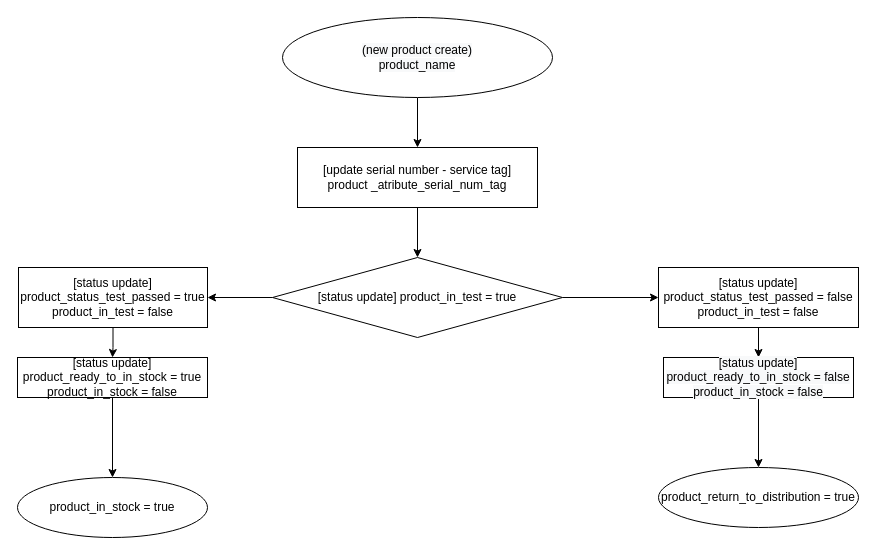
This is kiểm tra sản phẩm nhập trước khi nhập kho bán hàng.drawio from Norris1qn/sieutoc_import_product_exam, a draw.io file, before an edit. Source tidied: cells renumbered, new cells numbered last; positions are measured from the earlier drawing's top-left corner, leaving out a move shared by most shapes. Both pictures are drawn from the tidied source at 100%, with x=0, y=0 at pixel (17, 17).
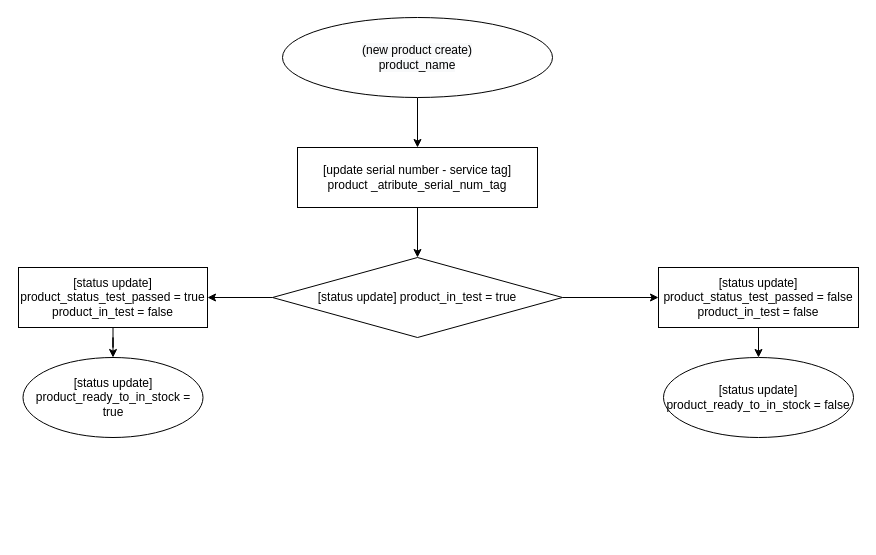
The same diagram, later.

Change to the diagram source:
```diff
@@
 <mxGraphModel>
   <root>
     <mxCell id="0" />
     <mxCell id="1" parent="0" />
     <mxCell id="2" style="edgeStyle=orthogonalEdgeStyle;rounded=0;jettySize=auto;html=1;" parent="1" edge="1" source="3" target="6">
       <mxGeometry relative="1" as="geometry" />
     </mxCell>
     <mxCell id="3" value="[update serial number - service tag]&lt;br&gt;product _atribute_serial_num_tag" style="rounded=0;whiteSpace=wrap;html=1;" parent="1" vertex="1">
       <mxGeometry x="280" y="130" width="240" height="60" as="geometry" />
     </mxCell>
     <mxCell id="4" style="edgeStyle=orthogonalEdgeStyle;rounded=0;jettySize=auto;html=1;" parent="1" edge="1" source="6" target="8">
       <mxGeometry relative="1" as="geometry" />
     </mxCell>
     <mxCell id="5" style="edgeStyle=orthogonalEdgeStyle;rounded=0;jettySize=auto;html=1;" parent="1" edge="1" source="6" target="14">
       <mxGeometry relative="1" as="geometry" />
     </mxCell>
     <mxCell id="6" value="[status update] product_in_test = true" style="rhombus;whiteSpace=wrap;html=1;" parent="1" vertex="1">
       <mxGeometry x="255" y="240" width="290" height="80" as="geometry" />
     </mxCell>
-    <mxCell id="7" style="edgeStyle=orthogonalEdgeStyle;rounded=0;jettySize=auto;html=1;" parent="1" edge="1" source="8" target="10">
-      <mxGeometry relative="1" as="geometry" />
-    </mxCell>
+    <mxCell id="19" style="edgeStyle=orthogonalEdgeStyle;rounded=0;jettySize=auto;html=1;" parent="1" edge="1" source="8" target="22">
+      <mxGeometry relative="1" as="geometry" />
+    </mxCell>
     <mxCell id="8" value="[status update] product_status_test_passed = true&lt;br&gt;product_in_test = false" style="rounded=0;whiteSpace=wrap;html=1;" parent="1" vertex="1">
       <mxGeometry x="1" y="250" width="189" height="60" as="geometry" />
     </mxCell>
-    <mxCell id="9" style="edgeStyle=orthogonalEdgeStyle;rounded=0;jettySize=auto;html=1;" parent="1" edge="1" source="10" target="17">
-      <mxGeometry relative="1" as="geometry" />
-    </mxCell>
-    <mxCell id="10" value="[status update]&lt;br&gt;product_ready_to_in_stock = true&lt;br&gt;product_in_stock = false" style="rounded=0;whiteSpace=wrap;html=1;" parent="1" vertex="1">
-      <mxGeometry y="340" width="190" height="40" as="geometry" />
-    </mxCell>
     <mxCell id="11" style="edgeStyle=orthogonalEdgeStyle;rounded=0;jettySize=auto;html=1;" parent="1" edge="1" source="12" target="3">
       <mxGeometry relative="1" as="geometry" />
     </mxCell>
     <mxCell id="12" value="&lt;span style=&quot;color: rgb(0, 0, 0); font-family: Helvetica; font-size: 12px; font-style: normal; font-variant-ligatures: normal; font-variant-caps: normal; font-weight: 400; letter-spacing: normal; orphans: 2; text-align: center; text-indent: 0px; text-transform: none; widows: 2; word-spacing: 0px; -webkit-text-stroke-width: 0px; background-color: rgb(248, 249, 250); text-decoration-thickness: initial; text-decoration-style: initial; text-decoration-color: initial; float: none; display: inline !important;&quot;&gt;(new product create)&lt;/span&gt;&lt;br style=&quot;color: rgb(0, 0, 0); font-family: Helvetica; font-size: 12px; font-style: normal; font-variant-ligatures: normal; font-variant-caps: normal; font-weight: 400; letter-spacing: normal; orphans: 2; text-align: center; text-indent: 0px; text-transform: none; widows: 2; word-spacing: 0px; -webkit-text-stroke-width: 0px; background-color: rgb(248, 249, 250); text-decoration-thickness: initial; text-decoration-style: initial; text-decoration-color: initial;&quot;&gt;&lt;span style=&quot;color: rgb(0, 0, 0); font-family: Helvetica; font-size: 12px; font-style: normal; font-variant-ligatures: normal; font-variant-caps: normal; font-weight: 400; letter-spacing: normal; orphans: 2; text-align: center; text-indent: 0px; text-transform: none; widows: 2; word-spacing: 0px; -webkit-text-stroke-width: 0px; background-color: rgb(248, 249, 250); text-decoration-thickness: initial; text-decoration-style: initial; text-decoration-color: initial; float: none; display: inline !important;&quot;&gt;product_name&lt;/span&gt;" style="ellipse;whiteSpace=wrap;html=1;rounded=0;" parent="1" vertex="1">
       <mxGeometry x="265" width="270" height="80" as="geometry" />
     </mxCell>
-    <mxCell id="13" style="edgeStyle=orthogonalEdgeStyle;rounded=0;jettySize=auto;html=1;" parent="1" edge="1" source="14" target="16">
-      <mxGeometry relative="1" as="geometry" />
-    </mxCell>
+    <mxCell id="20" style="edgeStyle=orthogonalEdgeStyle;rounded=0;jettySize=auto;html=1;" parent="1" edge="1" source="14" target="21">
+      <mxGeometry relative="1" as="geometry" />
+    </mxCell>
     <mxCell id="14" value="[status update] product_status_test_passed = false&lt;br&gt;product_in_test = false" style="rounded=0;whiteSpace=wrap;html=1;" parent="1" vertex="1">
       <mxGeometry x="641" y="250" width="200" height="60" as="geometry" />
     </mxCell>
-    <mxCell id="15" style="edgeStyle=orthogonalEdgeStyle;rounded=0;jettySize=auto;html=1;" parent="1" edge="1" source="16" target="18">
-      <mxGeometry relative="1" as="geometry" />
-    </mxCell>
-    <mxCell id="16" value="&lt;span style=&quot;color: rgb(0, 0, 0); font-family: Helvetica; font-size: 12px; font-style: normal; font-variant-ligatures: normal; font-variant-caps: normal; font-weight: 400; letter-spacing: normal; orphans: 2; text-align: center; text-indent: 0px; text-transform: none; widows: 2; word-spacing: 0px; -webkit-text-stroke-width: 0px; background-color: rgb(248, 249, 250); text-decoration-thickness: initial; text-decoration-style: initial; text-decoration-color: initial; float: none; display: inline !important;&quot;&gt;[status update]&lt;/span&gt;&lt;br style=&quot;color: rgb(0, 0, 0); font-family: Helvetica; font-size: 12px; font-style: normal; font-variant-ligatures: normal; font-variant-caps: normal; font-weight: 400; letter-spacing: normal; orphans: 2; text-align: center; text-indent: 0px; text-transform: none; widows: 2; word-spacing: 0px; -webkit-text-stroke-width: 0px; background-color: rgb(248, 249, 250); text-decoration-thickness: initial; text-decoration-style: initial; text-decoration-color: initial;&quot;&gt;&lt;span style=&quot;color: rgb(0, 0, 0); font-family: Helvetica; font-size: 12px; font-style: normal; font-variant-ligatures: normal; font-variant-caps: normal; font-weight: 400; letter-spacing: normal; orphans: 2; text-align: center; text-indent: 0px; text-transform: none; widows: 2; word-spacing: 0px; -webkit-text-stroke-width: 0px; background-color: rgb(248, 249, 250); text-decoration-thickness: initial; text-decoration-style: initial; text-decoration-color: initial; float: none; display: inline !important;&quot;&gt;product_ready_to_in_stock = false&lt;br&gt;product_in_stock = false&lt;br&gt;&lt;/span&gt;" style="rounded=0;whiteSpace=wrap;html=1;" parent="1" vertex="1">
-      <mxGeometry x="646" y="340" width="190" height="40" as="geometry" />
-    </mxCell>
-    <mxCell id="17" value="product_in_stock = true" style="ellipse;whiteSpace=wrap;html=1;rounded=0;" parent="1" vertex="1">
-      <mxGeometry y="460" width="190" height="60" as="geometry" />
-    </mxCell>
-    <mxCell id="18" value="product_return_to_distribution = true" style="ellipse;whiteSpace=wrap;html=1;rounded=0;" parent="1" vertex="1">
-      <mxGeometry x="641" y="450" width="200" height="60" as="geometry" />
-    </mxCell>
+    <mxCell id="21" value="[status update]&lt;br&gt;product_ready_to_in_stock = false" style="ellipse;whiteSpace=wrap;html=1;" parent="1" vertex="1">
+      <mxGeometry x="646" y="340" width="190" height="80" as="geometry" />
+    </mxCell>
+    <mxCell id="22" value="[status update]&lt;br&gt;product_ready_to_in_stock = true" style="ellipse;whiteSpace=wrap;html=1;" parent="1" vertex="1">
+      <mxGeometry x="5.5" y="340" width="180" height="80" as="geometry" />
+    </mxCell>
   </root>
 </mxGraphModel>
```
